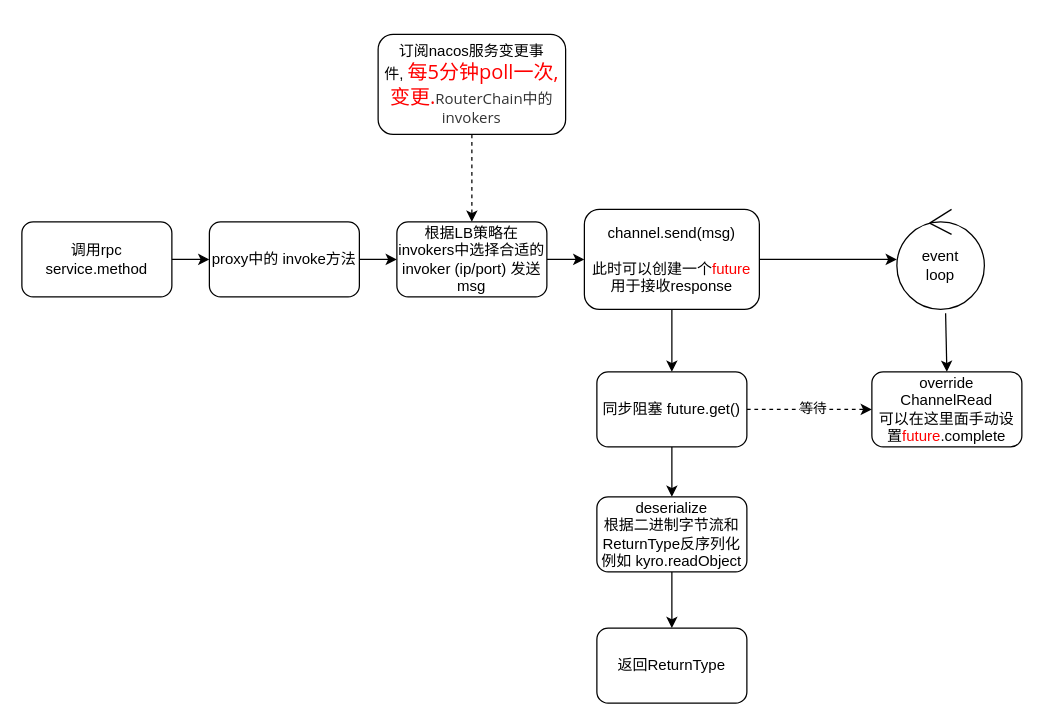
This is _site/images/202205/dubbo client.drawio from gongchangyou/gongchangyou.github.io, a draw.io file, before an edit. Source tidied: cells renumbered, new cells numbered last; positions are measured from the earlier drawing's top-left corner, leaving out a move shared by most shapes. Both pictures are drawn from the tidied source at 125%, with x=0, y=0 at pixel (21, 34).
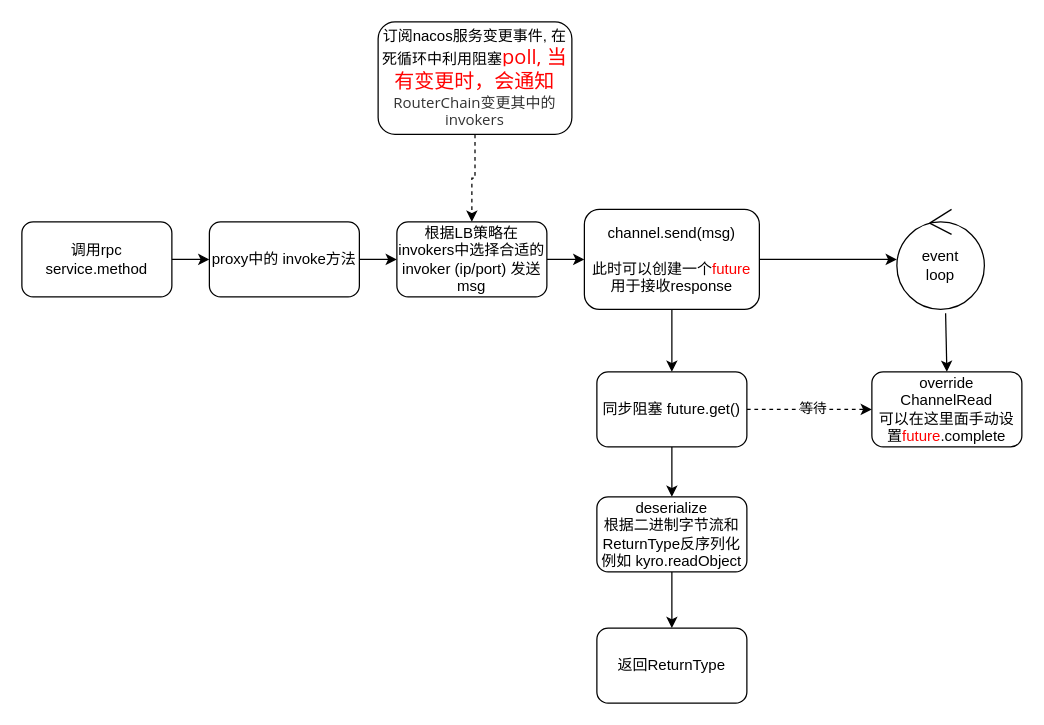
Above is the later version.

Diff of the diagram source:
```diff
@@
-    <mxCell id="22" value="订阅nacos服务变更事件,&amp;nbsp;&lt;span style=&quot;caret-color: rgb(51, 51, 51); font-family: &amp;quot;Open Sans&amp;quot;, &amp;quot;Clear Sans&amp;quot;, &amp;quot;Helvetica Neue&amp;quot;, Helvetica, Arial, sans-serif; font-size: 16px; orphans: 4; text-align: start; text-size-adjust: auto; background-color: rgb(255, 255, 255);&quot;&gt;&lt;font color=&quot;#ff0000&quot;&gt;每5分钟poll一次, 变更.&lt;/font&gt;&lt;/span&gt;&lt;span style=&quot;caret-color: rgb(51, 51, 51); color: rgb(51, 51, 51); font-family: &amp;quot;Open Sans&amp;quot;, &amp;quot;Clear Sans&amp;quot;, &amp;quot;Helvetica Neue&amp;quot;, Helvetica, Arial, sans-serif; orphans: 4; text-align: start; text-size-adjust: auto; background-color: rgb(255, 255, 255);&quot;&gt;&lt;font style=&quot;font-size: 12px;&quot;&gt;RouterChain中的invokers&lt;/font&gt;&lt;/span&gt;" style="rounded=1;whiteSpace=wrap;html=1;fontColor=#000000;" parent="1" vertex="1">
-      <mxGeometry x="285" width="150" height="80" as="geometry" />
+    <mxCell id="22" value="订阅nacos服务变更事件, 在死循环中利用阻塞&lt;span style=&quot;caret-color: rgb(51, 51, 51); font-family: &amp;quot;Open Sans&amp;quot;, &amp;quot;Clear Sans&amp;quot;, &amp;quot;Helvetica Neue&amp;quot;, Helvetica, Arial, sans-serif; font-size: 16px; orphans: 4; text-align: start; text-size-adjust: auto; background-color: rgb(255, 255, 255);&quot;&gt;&lt;font color=&quot;#ff0000&quot;&gt;poll, 当有变更时，会通知&lt;/font&gt;&lt;/span&gt;&lt;span style=&quot;caret-color: rgb(51, 51, 51); color: rgb(51, 51, 51); font-family: &amp;quot;Open Sans&amp;quot;, &amp;quot;Clear Sans&amp;quot;, &amp;quot;Helvetica Neue&amp;quot;, Helvetica, Arial, sans-serif; orphans: 4; text-align: start; text-size-adjust: auto; background-color: rgb(255, 255, 255);&quot;&gt;&lt;font style=&quot;font-size: 12px;&quot;&gt;RouterChain变更其中的invokers&lt;/font&gt;&lt;/span&gt;" style="rounded=1;whiteSpace=wrap;html=1;fontColor=#000000;" parent="1" vertex="1">
+      <mxGeometry x="285" y="-10" width="155" height="90" as="geometry" />
     </mxCell>
```
